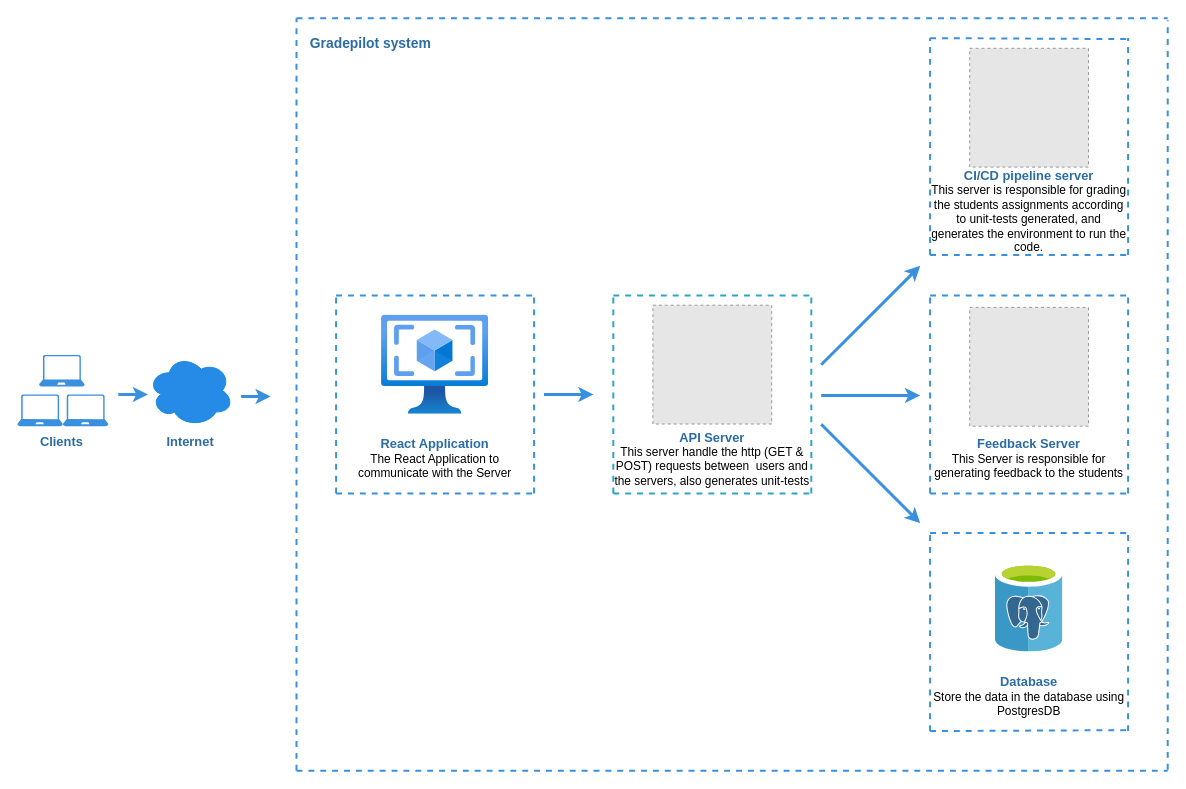
The draw.io diagram page "Page-1" (1 of 2) of architecture.drawio in Nawaf9529/project-diagrams-1, before the edit. Source tidied: cells renumbered, new cells numbered last; positions are measured from the earlier drawing's top-left corner, leaving out a move shared by most shapes. Both pictures are drawn from the tidied source at 99%, with x=0, y=0 at pixel (17, 18). Pictures stored in the file or linked from it are replaced by grey dashed boxes.
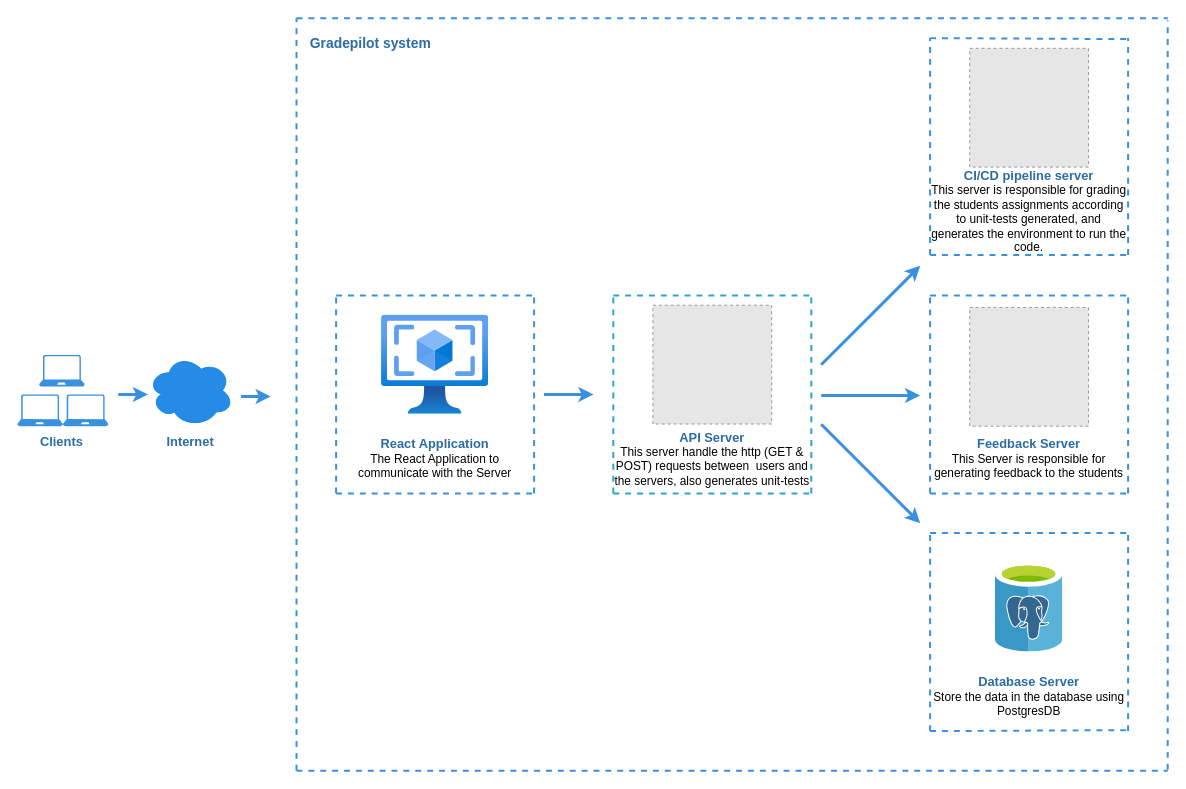
After the change.

Change to the diagram source:
```diff
@@
-    <mxCell id="36" value="&lt;b&gt;&lt;font color=&quot;#2b6ca6&quot; style=&quot;font-size: 13px;&quot;&gt;Database&lt;/font&gt;&lt;/b&gt;&lt;div&gt;Store the data in the database using PostgresDB&lt;/div&gt;" style="text;html=1;align=center;verticalAlign=middle;whiteSpace=wrap;rounded=0;strokeColor=none;strokeWidth=2;" parent="1" vertex="1">
+    <mxCell id="36" value="&lt;b&gt;&lt;font color=&quot;#2b6ca6&quot; style=&quot;font-size: 13px;&quot;&gt;Database Server&lt;/font&gt;&lt;/b&gt;&lt;div&gt;Store the data in the database using PostgresDB&lt;/div&gt;" style="text;html=1;align=center;verticalAlign=middle;whiteSpace=wrap;rounded=0;strokeColor=none;strokeWidth=2;" parent="1" vertex="1">
       <mxGeometry x="922" y="660" width="200" height="50" as="geometry" />
     </mxCell>
```
